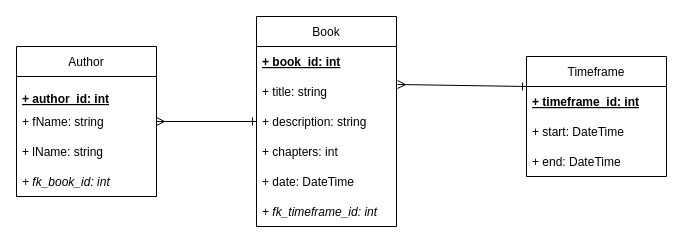
The draw.io diagram page "UML" (3 of 3) of Philipp/01_library.drawio in mastapetz/BE16-DBDev-DAY1-Peter-Philipp, before the edit. Source tidied: cells renumbered, new cells numbered last; positions are measured from the earlier drawing's top-left corner, leaving out a move shared by most shapes. Both pictures are drawn from the tidied source at 100%, with x=0, y=0 at pixel (16, 16).
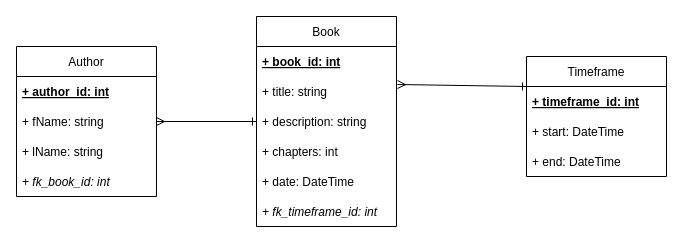
The same page after the edit.

Change to the diagram source:
```diff
@@
 <mxGraphModel>
   <root>
     <mxCell id="0" />
     <mxCell id="1" parent="0" />
     <mxCell id="2" value="Book" style="swimlane;fontStyle=0;horizontal=1;startSize=30;" parent="1" vertex="1">
       <mxGeometry x="240" width="140" height="210" as="geometry" />
     </mxCell>
     <mxCell id="3" value="+ book_id: int" style="text;strokeColor=none;fillColor=none;align=left;verticalAlign=middle;spacingLeft=4;spacingRight=4;overflow=hidden;fontStyle=5;" parent="2" vertex="1">
       <mxGeometry y="30" width="140" height="30" as="geometry" />
     </mxCell>
     <mxCell id="4" value="+ title: string" style="text;strokeColor=none;fillColor=none;align=left;verticalAlign=middle;spacingLeft=4;spacingRight=4;overflow=hidden;points=[[0,0.5],[1,0.5]];portConstraint=eastwest;" parent="2" vertex="1">
       <mxGeometry y="60" width="140" height="30" as="geometry" />
     </mxCell>
     <mxCell id="5" value="+ description: string" style="text;strokeColor=none;fillColor=none;align=left;verticalAlign=middle;spacingLeft=4;spacingRight=4;overflow=hidden;points=[[0,0.5],[1,0.5]];portConstraint=eastwest;" parent="2" vertex="1">
       <mxGeometry y="90" width="140" height="30" as="geometry" />
     </mxCell>
     <mxCell id="6" value="+ chapters: int" style="text;strokeColor=none;fillColor=none;align=left;verticalAlign=middle;spacingLeft=4;spacingRight=4;overflow=hidden;" parent="2" vertex="1">
       <mxGeometry y="120" width="140" height="30" as="geometry" />
     </mxCell>
     <mxCell id="7" value="+ date: DateTime" style="text;strokeColor=none;fillColor=none;align=left;verticalAlign=middle;spacingLeft=4;spacingRight=4;overflow=hidden;" parent="2" vertex="1">
       <mxGeometry y="150" width="140" height="30" as="geometry" />
     </mxCell>
     <mxCell id="8" value="+ fk_timeframe_id: int" style="text;strokeColor=none;fillColor=none;align=left;verticalAlign=middle;spacingLeft=4;spacingRight=4;overflow=hidden;fontStyle=2;" parent="2" vertex="1">
       <mxGeometry y="180" width="140" height="30" as="geometry" />
     </mxCell>
     <mxCell id="9" value="Timeframe" style="swimlane;fontStyle=0;horizontal=1;startSize=30;" parent="1" vertex="1">
       <mxGeometry x="510" y="40" width="140" height="120" as="geometry" />
     </mxCell>
     <mxCell id="10" value="+ timeframe_id: int" style="text;strokeColor=none;fillColor=none;align=left;verticalAlign=middle;spacingLeft=4;spacingRight=4;overflow=hidden;fontStyle=5;" parent="9" vertex="1">
       <mxGeometry y="30" width="140" height="30" as="geometry" />
     </mxCell>
     <mxCell id="11" value="+ start: DateTime" style="text;strokeColor=none;fillColor=none;align=left;verticalAlign=middle;spacingLeft=4;spacingRight=4;overflow=hidden;" parent="9" vertex="1">
       <mxGeometry y="60" width="140" height="30" as="geometry" />
     </mxCell>
     <mxCell id="12" value="+ end: DateTime" style="text;strokeColor=none;fillColor=none;align=left;verticalAlign=middle;spacingLeft=4;spacingRight=4;overflow=hidden;" parent="9" vertex="1">
       <mxGeometry y="90" width="140" height="30" as="geometry" />
     </mxCell>
     <mxCell id="13" style="edgeStyle=none;html=1;entryX=0;entryY=0.25;entryDx=0;entryDy=0;startArrow=ERmany;startFill=0;endArrow=ERone;endFill=0;exitX=1.007;exitY=0.267;exitDx=0;exitDy=0;exitPerimeter=0;" parent="1" edge="1" source="4" target="9">
       <mxGeometry relative="1" as="geometry" />
     </mxCell>
     <mxCell id="14" style="edgeStyle=none;html=1;startArrow=ERmany;startFill=0;endArrow=ERone;endFill=0;" parent="1" edge="1" source="15" target="5">
       <mxGeometry relative="1" as="geometry" />
     </mxCell>
     <mxCell id="15" value="Author" style="swimlane;fontStyle=0;horizontal=1;startSize=30;" parent="1" vertex="1">
       <mxGeometry y="30" width="140" height="150" as="geometry" />
     </mxCell>
-    <mxCell id="16" value="&#10;+ author_id: int" style="text;strokeColor=none;fillColor=none;align=left;verticalAlign=middle;spacingLeft=4;spacingRight=4;overflow=hidden;fontStyle=5;" parent="15" vertex="1">
+    <mxCell id="16" value="+ author_id: int" style="text;strokeColor=none;fillColor=none;align=left;verticalAlign=middle;spacingLeft=4;spacingRight=4;overflow=hidden;fontStyle=5;" parent="15" vertex="1">
       <mxGeometry y="30" width="140" height="30" as="geometry" />
     </mxCell>
     <mxCell id="17" value="+ fName: string" style="text;strokeColor=none;fillColor=none;align=left;verticalAlign=middle;spacingLeft=4;spacingRight=4;overflow=hidden;" parent="15" vertex="1">
       <mxGeometry y="60" width="140" height="30" as="geometry" />
     </mxCell>
     <mxCell id="18" value="+ lName: string" style="text;strokeColor=none;fillColor=none;align=left;verticalAlign=middle;spacingLeft=4;spacingRight=4;overflow=hidden;" parent="15" vertex="1">
       <mxGeometry y="90" width="140" height="30" as="geometry" />
     </mxCell>
     <mxCell id="19" value="+ fk_book_id: int" style="text;strokeColor=none;fillColor=none;align=left;verticalAlign=middle;spacingLeft=4;spacingRight=4;overflow=hidden;fontStyle=2;" parent="15" vertex="1">
       <mxGeometry y="120" width="140" height="30" as="geometry" />
     </mxCell>
   </root>
 </mxGraphModel>
```
